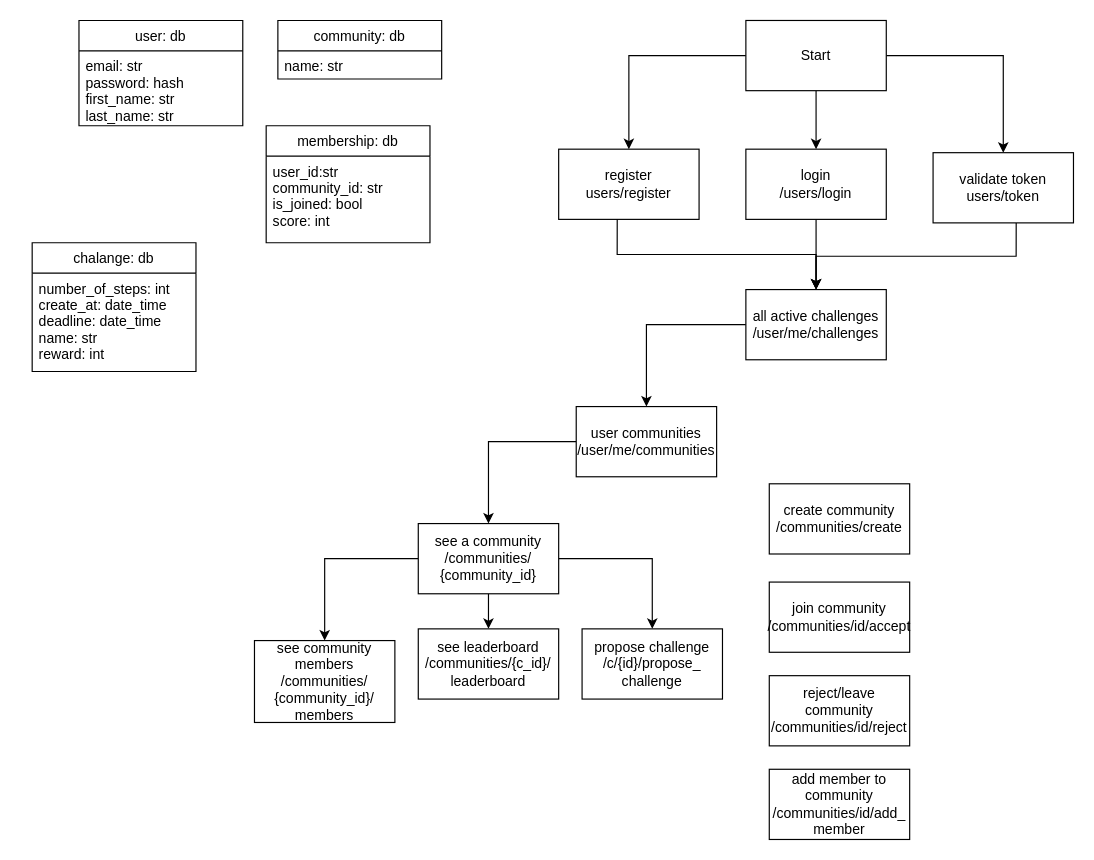
Before: api_2020.drawio in Baba-Yaga-Bv/Moove-old, a draw.io diagram. Source tidied: cells renumbered, new cells numbered last; positions are measured from the earlier drawing's top-left corner, leaving out a move shared by most shapes. Both pictures are drawn from the tidied source at 117%, with x=0, y=0 at pixel (32, 20).
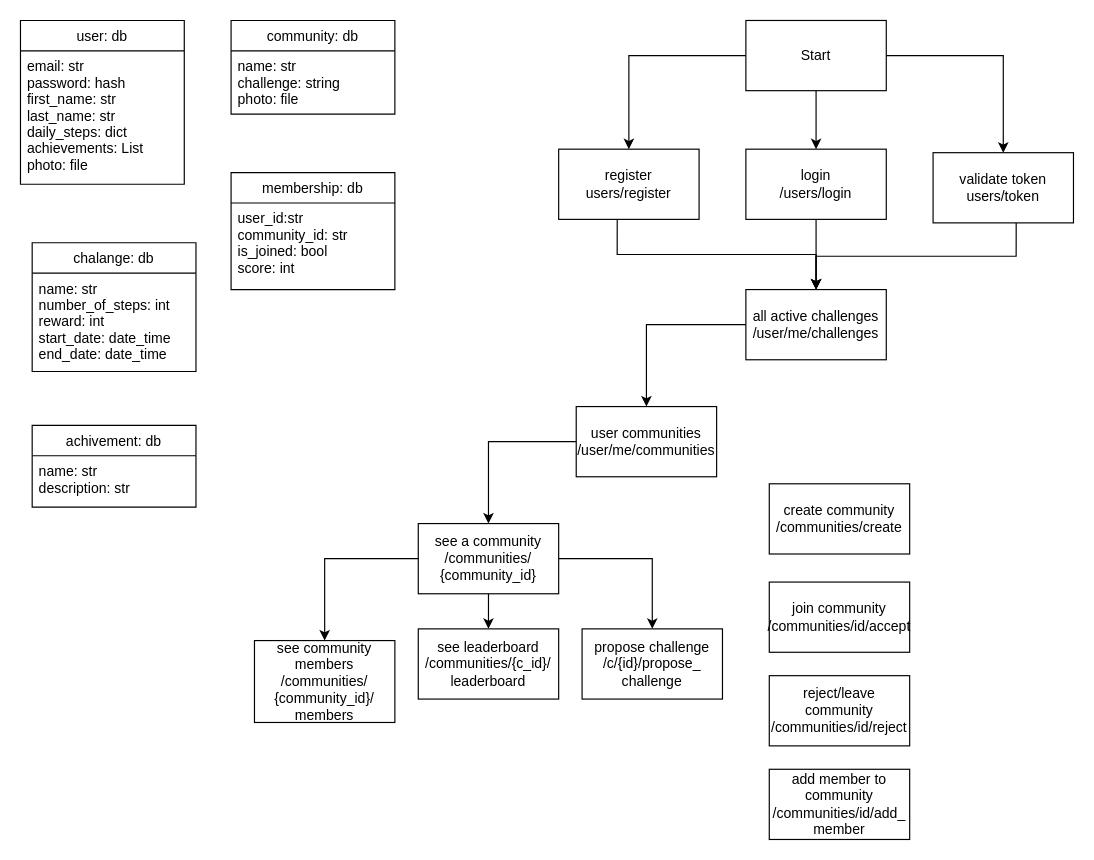
After the change.

The change refers to these unchanged cells:
```xml
<mxCell id="8" value="chalange: db" style="swimlane;fontStyle=0;horizontal=1;startSize=26;fillColor=none;" parent="1" vertex="1">
  <mxGeometry y="190" width="140" height="110" as="geometry" />
</mxCell>
```

What changed in the source:
```diff
@@
     <mxCell id="2" value="user: db" style="swimlane;fontStyle=0;horizontal=1;startSize=26;fillColor=none;" parent="1" vertex="1">
-      <mxGeometry x="40" width="140" height="90" as="geometry" />
+      <mxGeometry x="-10" width="140" height="140" as="geometry" />
     </mxCell>
-    <mxCell id="3" value="email: str&#10;password: hash&#10;first_name: str&#10;last_name: str&#10;" style="text;strokeColor=none;fillColor=none;align=left;verticalAlign=top;spacingLeft=4;spacingRight=4;overflow=hidden;" parent="2" vertex="1">
-      <mxGeometry y="26" width="140" height="64" as="geometry" />
+    <mxCell id="3" value="email: str&#10;password: hash&#10;first_name: str&#10;last_name: str&#10;daily_steps: dict&#10;achievements: List&#10;photo: file" style="text;strokeColor=none;fillColor=none;align=left;verticalAlign=top;spacingLeft=4;spacingRight=4;overflow=hidden;" parent="2" vertex="1">
+      <mxGeometry y="26" width="140" height="114" as="geometry" />
     </mxCell>
     <mxCell id="4" value="membership: db" style="swimlane;fontStyle=0;horizontal=1;startSize=26;fillColor=none;" parent="1" vertex="1">
-      <mxGeometry x="200" y="90" width="140" height="100" as="geometry" />
+      <mxGeometry x="170" y="130" width="140" height="100" as="geometry" />
     </mxCell>
@@
     <mxCell id="6" value="community: db" style="swimlane;fontStyle=0;horizontal=1;startSize=26;fillColor=none;" parent="1" vertex="1">
-      <mxGeometry x="210" width="140" height="50" as="geometry" />
+      <mxGeometry x="170" width="140" height="80" as="geometry" />
     </mxCell>
-    <mxCell id="7" value="name: str&#10;" style="text;strokeColor=none;fillColor=none;align=left;verticalAlign=top;spacingLeft=4;spacingRight=4;overflow=hidden;" parent="6" vertex="1">
-      <mxGeometry y="26" width="140" height="24" as="geometry" />
+    <mxCell id="7" value="name: str&#10;challenge: string&#10;photo: file" style="text;strokeColor=none;fillColor=none;align=left;verticalAlign=top;spacingLeft=4;spacingRight=4;overflow=hidden;" parent="6" vertex="1">
+      <mxGeometry y="26" width="140" height="54" as="geometry" />
     </mxCell>
@@
-    <mxCell id="9" value="number_of_steps: int&#10;create_at: date_time&#10;deadline: date_time&#10;name: str&#10;reward: int" style="text;strokeColor=none;fillColor=none;align=left;verticalAlign=top;spacingLeft=4;spacingRight=4;overflow=hidden;" parent="8" vertex="1">
+    <mxCell id="9" value="name: str&#10;number_of_steps: int&#10;reward: int&#10;start_date: date_time&#10;end_date: date_time&#10;" style="text;strokeColor=none;fillColor=none;align=left;verticalAlign=top;spacingLeft=4;spacingRight=4;overflow=hidden;" parent="8" vertex="1">
       <mxGeometry y="26" width="140" height="84" as="geometry" />
     </mxCell>
@@
+    <mxCell id="35" value="achivement: db" style="swimlane;fontStyle=0;horizontal=1;startSize=26;fillColor=none;" parent="1" vertex="1">
+      <mxGeometry y="346" width="140" height="70" as="geometry" />
+    </mxCell>
+    <mxCell id="36" value="name: str&#10;description: str&#10;" style="text;strokeColor=none;fillColor=none;align=left;verticalAlign=top;spacingLeft=4;spacingRight=4;overflow=hidden;" parent="35" vertex="1">
+      <mxGeometry y="26" width="140" height="44" as="geometry" />
+    </mxCell>
```
